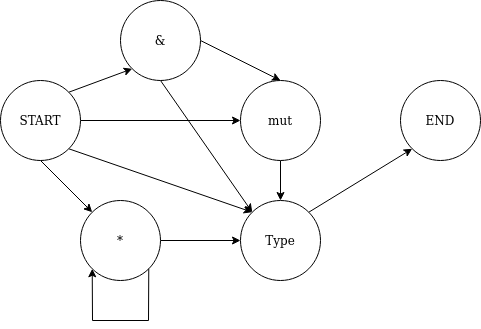
This is images/parser/rubigo_type_dec_parser_fsm.png from Blinningjr/rubigo-lang, a draw.io export, as it was before one commit. Source tidied: cells renumbered, new cells last; positions are measured from the earlier drawing's top-left corner, leaving out a move shared by most shapes. Its diagram source:
```xml
<mxGraphModel>
  <root>
    <mxCell id="0" />
    <mxCell id="1" parent="0" />
    <mxCell id="2" style="edgeStyle=none;rounded=0;jettySize=auto;html=1;exitX=0.5;exitY=1;exitDx=0;exitDy=0;entryX=0;entryY=0;entryDx=0;entryDy=0;" parent="1" edge="1" source="4" target="15">
      <mxGeometry relative="1" as="geometry" />
    </mxCell>
    <mxCell id="3" style="edgeStyle=none;rounded=0;jettySize=auto;html=1;exitX=1;exitY=0.5;exitDx=0;exitDy=0;entryX=0.5;entryY=0;entryDx=0;entryDy=0;" parent="1" edge="1" source="4" target="8">
      <mxGeometry relative="1" as="geometry" />
    </mxCell>
    <mxCell id="4" value="&amp;amp;" style="ellipse;whiteSpace=wrap;html=1;" parent="1" vertex="1">
      <mxGeometry x="120" width="80" height="80" as="geometry" />
    </mxCell>
    <mxCell id="5" style="edgeStyle=none;rounded=0;jettySize=auto;html=1;exitX=1;exitY=0.5;exitDx=0;exitDy=0;entryX=0;entryY=0.5;entryDx=0;entryDy=0;" parent="1" edge="1" source="6" target="15">
      <mxGeometry relative="1" as="geometry" />
    </mxCell>
    <mxCell id="6" value="*" style="ellipse;whiteSpace=wrap;html=1;" parent="1" vertex="1">
      <mxGeometry x="80" y="200" width="80" height="80" as="geometry" />
    </mxCell>
    <mxCell id="7" style="edgeStyle=none;rounded=0;jettySize=auto;html=1;exitX=0.5;exitY=1;exitDx=0;exitDy=0;entryX=0.5;entryY=0;entryDx=0;entryDy=0;" parent="1" edge="1" source="8" target="15">
      <mxGeometry relative="1" as="geometry" />
    </mxCell>
    <mxCell id="8" value="mut" style="ellipse;whiteSpace=wrap;html=1;" parent="1" vertex="1">
      <mxGeometry x="240" y="80" width="80" height="80" as="geometry" />
    </mxCell>
    <mxCell id="9" style="edgeStyle=none;rounded=0;jettySize=auto;html=1;exitX=1;exitY=0;exitDx=0;exitDy=0;entryX=0;entryY=1;entryDx=0;entryDy=0;" parent="1" edge="1" source="13" target="4">
      <mxGeometry relative="1" as="geometry" />
    </mxCell>
    <mxCell id="10" style="edgeStyle=none;rounded=0;jettySize=auto;html=1;exitX=1;exitY=0.5;exitDx=0;exitDy=0;entryX=0;entryY=0.5;entryDx=0;entryDy=0;" parent="1" edge="1" source="13" target="8">
      <mxGeometry relative="1" as="geometry" />
    </mxCell>
    <mxCell id="11" style="edgeStyle=none;rounded=0;jettySize=auto;html=1;exitX=0.5;exitY=1;exitDx=0;exitDy=0;" parent="1" edge="1" source="13" target="6">
      <mxGeometry relative="1" as="geometry" />
    </mxCell>
    <mxCell id="12" style="edgeStyle=none;rounded=0;jettySize=auto;html=1;exitX=1;exitY=1;exitDx=0;exitDy=0;entryX=0;entryY=0;entryDx=0;entryDy=0;" parent="1" edge="1" source="13" target="15">
      <mxGeometry relative="1" as="geometry" />
    </mxCell>
    <mxCell id="13" value="START" style="ellipse;whiteSpace=wrap;html=1;" parent="1" vertex="1">
      <mxGeometry y="80" width="80" height="80" as="geometry" />
    </mxCell>
    <mxCell id="14" style="edgeStyle=none;rounded=0;jettySize=auto;html=1;exitX=1;exitY=0;exitDx=0;exitDy=0;entryX=0;entryY=1;entryDx=0;entryDy=0;" parent="1" edge="1" source="15" target="17">
      <mxGeometry relative="1" as="geometry" />
    </mxCell>
    <mxCell id="15" value="Type" style="ellipse;whiteSpace=wrap;html=1;" parent="1" vertex="1">
      <mxGeometry x="240" y="200" width="80" height="80" as="geometry" />
    </mxCell>
    <mxCell id="16" style="edgeStyle=none;rounded=0;orthogonalLoop=1;jettySize=auto;html=1;exitX=1;exitY=1;exitDx=0;exitDy=0;entryX=0;entryY=1;entryDx=0;entryDy=0;" parent="1" edge="1" source="6" target="6">
      <mxGeometry relative="1" as="geometry">
        <Array as="points">
          <mxPoint x="148" y="320" />
          <mxPoint x="92" y="320" />
        </Array>
      </mxGeometry>
    </mxCell>
    <mxCell id="17" value="END" style="ellipse;whiteSpace=wrap;html=1;" parent="1" vertex="1">
      <mxGeometry x="400" y="80" width="80" height="80" as="geometry" />
    </mxCell>
  </root>
</mxGraphModel>
```
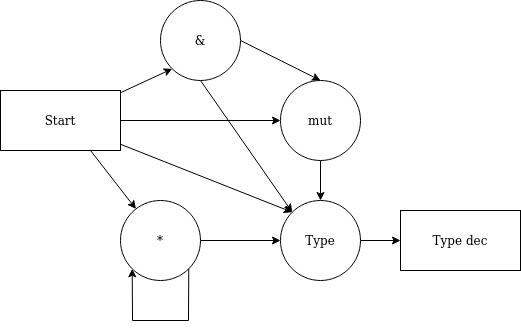
After the commit.

The edit, as a diff of the source:
```diff
@@ -23,24 +23,21 @@
     <mxCell id="8" value="mut" style="ellipse;whiteSpace=wrap;html=1;" parent="1" vertex="1">
       <mxGeometry x="240" y="80" width="80" height="80" as="geometry" />
     </mxCell>
-    <mxCell id="9" style="edgeStyle=none;rounded=0;jettySize=auto;html=1;exitX=1;exitY=0;exitDx=0;exitDy=0;entryX=0;entryY=1;entryDx=0;entryDy=0;" parent="1" edge="1" source="13" target="4">
+    <mxCell id="9" style="edgeStyle=none;rounded=0;jettySize=auto;html=1;entryX=0;entryY=1;entryDx=0;entryDy=0;" parent="1" edge="1" source="20" target="4">
       <mxGeometry relative="1" as="geometry" />
     </mxCell>
-    <mxCell id="10" style="edgeStyle=none;rounded=0;jettySize=auto;html=1;exitX=1;exitY=0.5;exitDx=0;exitDy=0;entryX=0;entryY=0.5;entryDx=0;entryDy=0;" parent="1" edge="1" source="13" target="8">
+    <mxCell id="10" style="edgeStyle=none;rounded=0;jettySize=auto;html=1;exitX=1;exitY=0.5;exitDx=0;exitDy=0;entryX=0;entryY=0.5;entryDx=0;entryDy=0;" parent="1" edge="1" source="20" target="8">
       <mxGeometry relative="1" as="geometry" />
     </mxCell>
-    <mxCell id="11" style="edgeStyle=none;rounded=0;jettySize=auto;html=1;exitX=0.5;exitY=1;exitDx=0;exitDy=0;" parent="1" edge="1" source="13" target="6">
+    <mxCell id="11" style="edgeStyle=none;rounded=0;jettySize=auto;html=1;exitX=0.75;exitY=1;exitDx=0;exitDy=0;" parent="1" edge="1" source="20" target="6">
       <mxGeometry relative="1" as="geometry" />
     </mxCell>
-    <mxCell id="12" style="edgeStyle=none;rounded=0;jettySize=auto;html=1;exitX=1;exitY=1;exitDx=0;exitDy=0;entryX=0;entryY=0;entryDx=0;entryDy=0;" parent="1" edge="1" source="13" target="15">
+    <mxCell id="12" style="edgeStyle=none;rounded=0;jettySize=auto;html=1;entryX=0;entryY=0;entryDx=0;entryDy=0;" parent="1" edge="1" source="20" target="15">
       <mxGeometry relative="1" as="geometry" />
     </mxCell>
-    <mxCell id="13" value="START" style="ellipse;whiteSpace=wrap;html=1;" parent="1" vertex="1">
-      <mxGeometry y="80" width="80" height="80" as="geometry" />
-    </mxCell>
-    <mxCell id="14" style="edgeStyle=none;rounded=0;jettySize=auto;html=1;exitX=1;exitY=0;exitDx=0;exitDy=0;entryX=0;entryY=1;entryDx=0;entryDy=0;" parent="1" edge="1" source="15" target="17">
-      <mxGeometry relative="1" as="geometry" />
-    </mxCell>
+    <mxCell id="18" style="edgeStyle=orthogonalEdgeStyle;rounded=0;jettySize=auto;html=1;exitX=1;exitY=0.5;exitDx=0;exitDy=0;" parent="1" edge="1" source="15" target="19">
+      <mxGeometry relative="1" as="geometry" />
+    </mxCell>
     <mxCell id="15" value="Type" style="ellipse;whiteSpace=wrap;html=1;" parent="1" vertex="1">
       <mxGeometry x="240" y="200" width="80" height="80" as="geometry" />
     </mxCell>
@@ -52,8 +49,11 @@
         </Array>
       </mxGeometry>
     </mxCell>
-    <mxCell id="17" value="END" style="ellipse;whiteSpace=wrap;html=1;" parent="1" vertex="1">
-      <mxGeometry x="400" y="80" width="80" height="80" as="geometry" />
-    </mxCell>
+    <mxCell id="19" value="Type dec" style="rounded=0;whiteSpace=wrap;html=1;" parent="1" vertex="1">
+      <mxGeometry x="360" y="210" width="120" height="60" as="geometry" />
+    </mxCell>
+    <mxCell id="20" value="Start" style="rounded=0;whiteSpace=wrap;html=1;" parent="1" vertex="1">
+      <mxGeometry x="-40" y="90" width="120" height="60" as="geometry" />
+    </mxCell>
   </root>
 </mxGraphModel>
```
